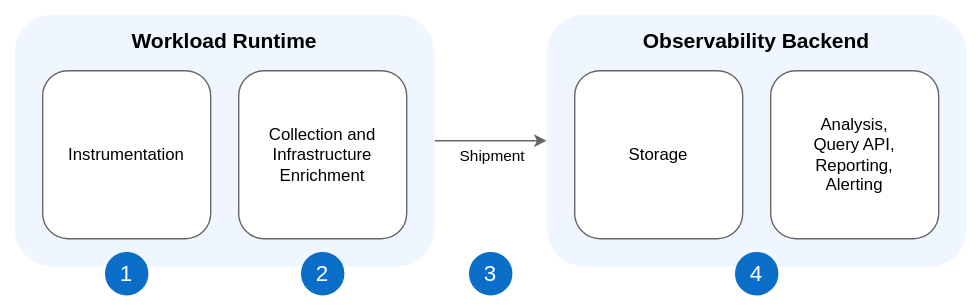
kyma-project/telemetry-manager keeps this draw.io diagram as docs/user/assets/telemetry-stages.drawio.svg. Above is the earlier version. Source tidied: cells renumbered, new cells last; positions are measured from the earlier drawing's top-left corner, leaving out a move shared by most shapes.
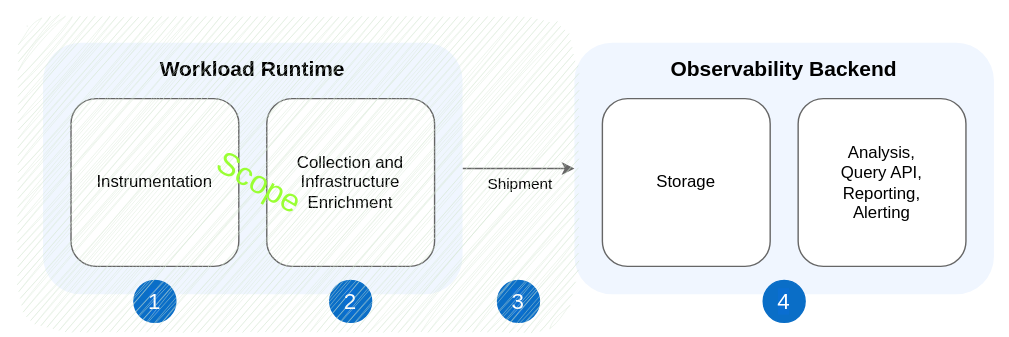
Later version of the same file.

Diff of the diagram source:
```diff
@@ -3,7 +3,7 @@
     <mxCell id="0" />
     <mxCell id="1" parent="0" />
     <mxCell id="2" style="rounded=0;whiteSpace=wrap;html=1;strokeColor=none;" parent="1" vertex="1">
-      <mxGeometry width="700" height="220" as="geometry" />
+      <mxGeometry x="-20" y="-20" width="720" height="240" as="geometry" />
     </mxCell>
     <mxCell id="3" value="&lt;font style=&quot;font-size: 15px;&quot;&gt;&lt;b&gt;Observability Backend&lt;br&gt;&lt;br&gt;&lt;br&gt;&lt;br&gt;&lt;br&gt;&lt;br&gt;&lt;br&gt;&lt;br&gt;&lt;br&gt;&lt;/b&gt;&lt;/font&gt;" style="rounded=1;whiteSpace=wrap;html=1;fillColor=#F0F6FF;strokeColor=none;" parent="1" vertex="1">
       <mxGeometry x="390" y="10" width="300" height="180" as="geometry" />
@@ -43,5 +43,11 @@
     <mxCell id="14" value="&lt;font style=&quot;font-size: 16px&quot;&gt;4&lt;/font&gt;" style="ellipse;whiteSpace=wrap;html=1;labelBackgroundColor=#0A6ED1;fontColor=#FFFFFF;fillColor=#0A6EC7;strokeColor=#0A6EC7;" parent="1" vertex="1">
       <mxGeometry x="525" y="180" width="30" height="30" as="geometry" />
     </mxCell>
+    <mxCell id="15" style="rounded=1;whiteSpace=wrap;html=1;strokeColor=none;sketch=1;curveFitting=1;jiggle=2;opacity=60;fillColor=#d5e8d4;" parent="1" vertex="1">
+      <mxGeometry x="-10" y="-10" width="400" height="225" as="geometry" />
+    </mxCell>
+    <mxCell id="16" value="Scope" style="text;html=1;strokeColor=none;fillColor=none;align=center;verticalAlign=middle;whiteSpace=wrap;rounded=0;sketch=1;rotation=30;labelBorderColor=none;fontColor=#99FF33;fontSize=23;" parent="1" vertex="1">
+      <mxGeometry x="115" y="85" width="100" height="50" as="geometry" />
+    </mxCell>
   </root>
 </mxGraphModel>
```
